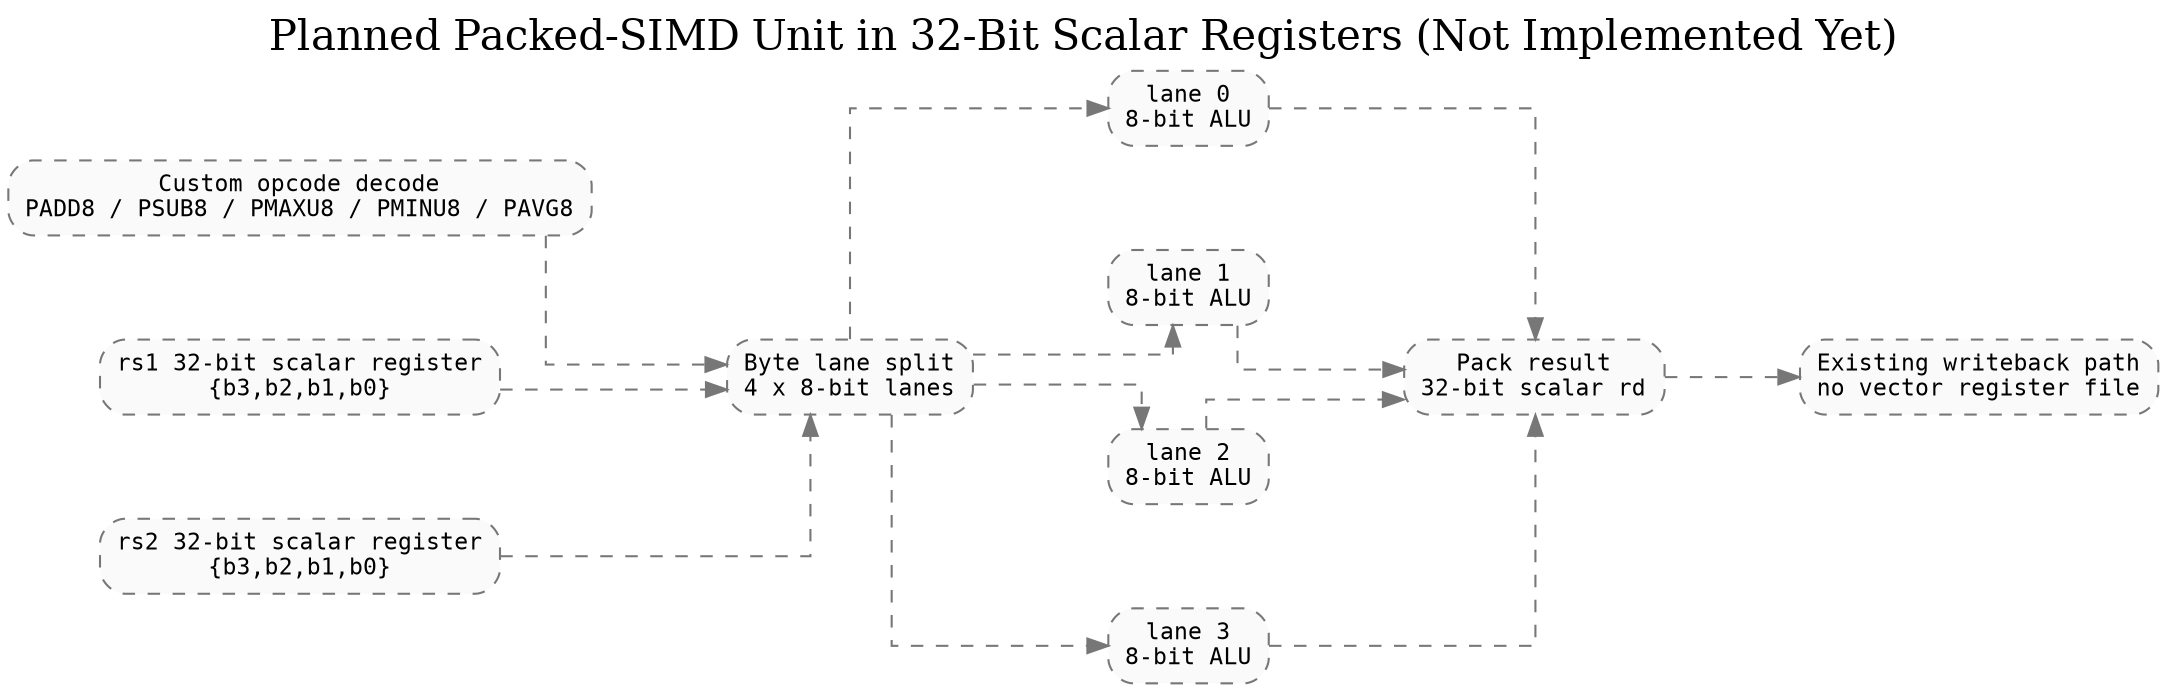
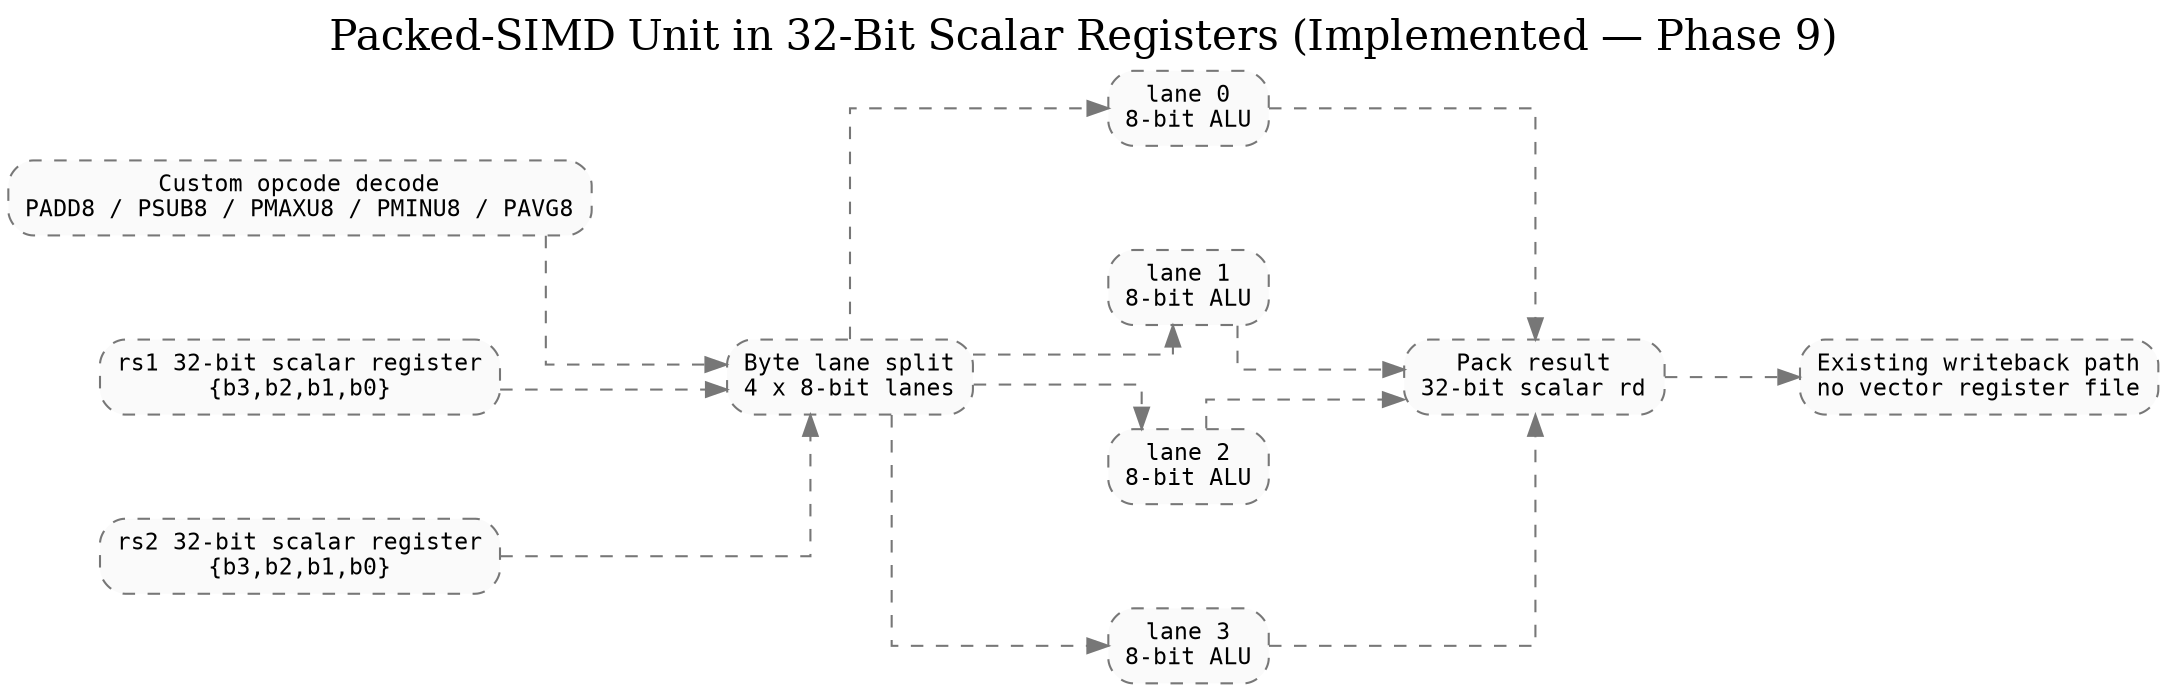
// Generated by tools/generate_diagrams.py.
// Run tools/update_docs.ps1 after implementation changes.
// Edit the generator, not this generated .dot file.


digraph simd_unit {
    graph [
-         label="Planned Packed-SIMD Unit in 32-Bit Scalar Registers (Not Implemented Yet)",
+         label="Packed-SIMD Unit in 32-Bit Scalar Registers (Implemented — Phase 9)",
        labelloc=t,
        fontsize=20,
        rankdir=LR,
        splines=ortho,
        nodesep=0.7,
        ranksep=0.9
    ];

    node [
        shape=box,
        style="rounded,dashed,filled",
        fillcolor="#fafafa",
        color="#777777",
        fontname="Consolas",
        fontsize=11
    ];

    edge [
        style="dashed",
        color="#777777",
        fontname="Consolas",
        fontsize=10
    ];

    decode [label="Custom opcode decode\nPADD8 / PSUB8 / PMAXU8 / PMINU8 / PAVG8"];
    rs1 [label="rs1 32-bit scalar register\n{b3,b2,b1,b0}"];
    rs2 [label="rs2 32-bit scalar register\n{b3,b2,b1,b0}"];
    split [label="Byte lane split\n4 x 8-bit lanes"];
    lane0 [label="lane 0\n8-bit ALU"];
    lane1 [label="lane 1\n8-bit ALU"];
    lane2 [label="lane 2\n8-bit ALU"];
    lane3 [label="lane 3\n8-bit ALU"];
    pack [label="Pack result\n32-bit scalar rd"];
    wb [label="Existing writeback path\nno vector register file"];

    decode -> split;
    rs1 -> split;
    rs2 -> split;
    split -> lane0;
    split -> lane1;
    split -> lane2;
    split -> lane3;
    lane0 -> pack;
    lane1 -> pack;
    lane2 -> pack;
    lane3 -> pack;
    pack -> wb;
}
